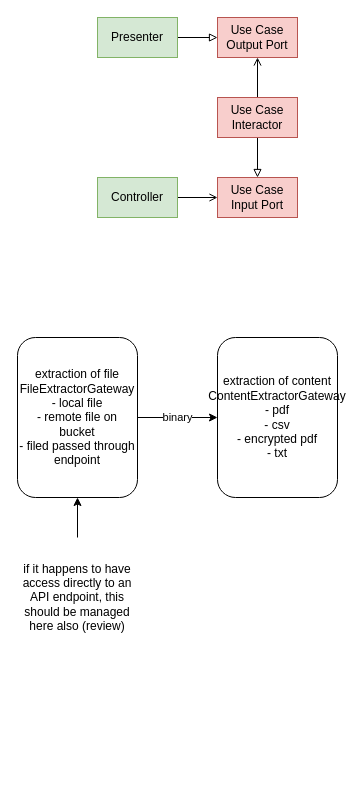
This is new-service/diagram.dio from josueelias9/improving-BCP-organizate, a draw.io file, before an edit. Source tidied: cells renumbered, new cells numbered last; positions are measured from the earlier drawing's top-left corner, leaving out a move shared by most shapes. Both pictures are drawn from the tidied source at 100%, with x=0, y=0 at pixel (17, 17).
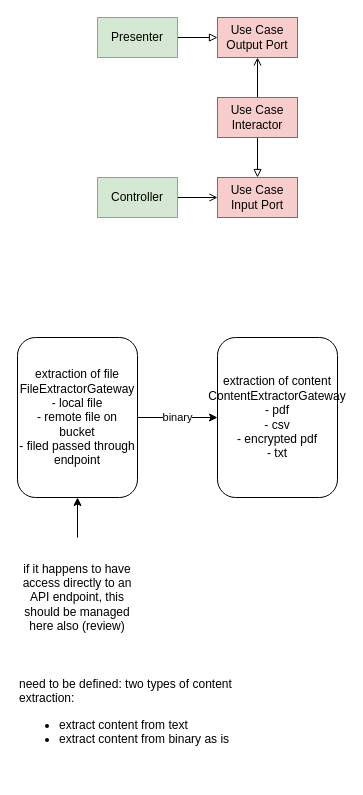
The same diagram, later.

What changed in the source:
```diff
@@
 <mxGraphModel>
   <root>
     <mxCell id="0" />
     <mxCell id="1" parent="0" />
     <mxCell id="2" style="edgeStyle=none;html=1;endArrow=block;endFill=0;" parent="1" edge="1" source="3" target="4">
       <mxGeometry relative="1" as="geometry" />
     </mxCell>
     <mxCell id="3" value="Presenter" style="rounded=0;whiteSpace=wrap;html=1;fillColor=#d5e8d4;strokeColor=#82b366;" parent="1" vertex="1">
       <mxGeometry x="80" width="80" height="40" as="geometry" />
     </mxCell>
     <mxCell id="4" value="Use Case Output Port" style="rounded=0;whiteSpace=wrap;html=1;fillColor=#f8cecc;strokeColor=#b85450;" parent="1" vertex="1">
       <mxGeometry x="200" width="80" height="40" as="geometry" />
     </mxCell>
     <mxCell id="5" style="edgeStyle=none;html=1;endArrow=open;endFill=0;" parent="1" edge="1" source="7" target="4">
       <mxGeometry relative="1" as="geometry" />
     </mxCell>
     <mxCell id="6" style="edgeStyle=none;html=1;endArrow=block;endFill=0;" parent="1" edge="1" source="7" target="10">
       <mxGeometry relative="1" as="geometry" />
     </mxCell>
     <mxCell id="7" value="Use Case Interactor" style="rounded=0;whiteSpace=wrap;html=1;fillColor=#f8cecc;strokeColor=#b85450;" parent="1" vertex="1">
       <mxGeometry x="200" y="80" width="80" height="40" as="geometry" />
     </mxCell>
     <mxCell id="8" style="edgeStyle=none;html=1;endArrow=open;endFill=0;" parent="1" edge="1" source="9" target="10">
       <mxGeometry relative="1" as="geometry" />
     </mxCell>
     <mxCell id="9" value="Controller" style="rounded=0;whiteSpace=wrap;html=1;fillColor=#d5e8d4;strokeColor=#82b366;" parent="1" vertex="1">
       <mxGeometry x="80" y="160" width="80" height="40" as="geometry" />
     </mxCell>
     <mxCell id="10" value="Use Case Input Port" style="rounded=0;whiteSpace=wrap;html=1;fillColor=#f8cecc;strokeColor=#b85450;" parent="1" vertex="1">
       <mxGeometry x="200" y="160" width="80" height="40" as="geometry" />
     </mxCell>
     <mxCell id="11" value="binary" style="edgeStyle=none;html=1;" parent="1" edge="1" source="12" target="13">
       <mxGeometry relative="1" as="geometry" />
     </mxCell>
     <mxCell id="12" value="extraction of file&lt;div&gt;FileExtractorGateway&lt;/div&gt;&lt;div&gt;- local file&lt;/div&gt;&lt;div&gt;- remote file on bucket&lt;/div&gt;&lt;div&gt;- filed passed through endpoint&lt;/div&gt;" style="rounded=1;whiteSpace=wrap;html=1;" parent="1" vertex="1">
       <mxGeometry y="320" width="120" height="160" as="geometry" />
     </mxCell>
     <mxCell id="13" value="extraction of content&lt;div&gt;&lt;div&gt;ContentExtractorGateway&lt;/div&gt;&lt;/div&gt;&lt;div&gt;- pdf&lt;/div&gt;&lt;div&gt;- csv&lt;/div&gt;&lt;div&gt;- encrypted pdf&lt;/div&gt;&lt;div&gt;- txt&lt;/div&gt;" style="rounded=1;whiteSpace=wrap;html=1;" parent="1" vertex="1">
       <mxGeometry x="200" y="320" width="120" height="160" as="geometry" />
     </mxCell>
     <mxCell id="14" style="edgeStyle=none;html=1;" parent="1" edge="1" source="15" target="12">
       <mxGeometry relative="1" as="geometry" />
     </mxCell>
     <mxCell id="15" value="if it happens to have access directly to an API endpoint, this should be managed here also (review)" style="text;html=1;align=center;verticalAlign=middle;whiteSpace=wrap;rounded=0;" parent="1" vertex="1">
       <mxGeometry y="520" width="120" height="120" as="geometry" />
     </mxCell>
+    <mxCell id="16" value="&lt;div&gt;need to be defined:&amp;nbsp;&lt;span style=&quot;background-color: transparent;&quot;&gt;two types of content extraction:&lt;/span&gt;&lt;/div&gt;&lt;div&gt;&lt;ul&gt;&lt;li&gt;extract content from text&lt;/li&gt;&lt;li&gt;extract content from binary as is&lt;/li&gt;&lt;/ul&gt;&lt;/div&gt;" style="text;html=1;align=left;verticalAlign=middle;whiteSpace=wrap;rounded=0;" parent="1" vertex="1">
+      <mxGeometry y="640" width="240" height="120" as="geometry" />
+    </mxCell>
   </root>
 </mxGraphModel>
```
